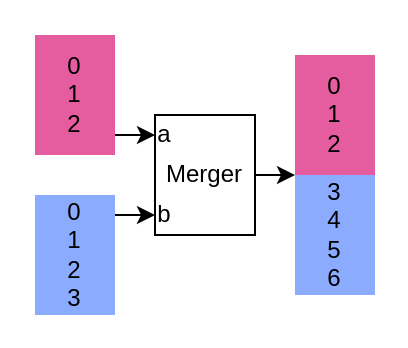
Before: merger_address.drawio in AurelieSa/draw_io, a draw.io diagram. Source tidied: cells renumbered, new cells numbered last; positions are measured from the earlier drawing's top-left corner, leaving out a move shared by most shapes. Both pictures are drawn from the tidied source at 200%, with x=0, y=0 at pixel (34, 34).
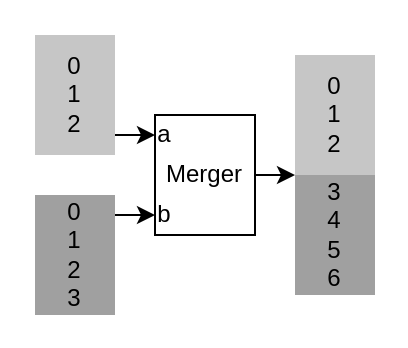
Above is the later version.

Diff of the diagram source:
```diff
@@
 <mxGraphModel>
   <root>
     <mxCell id="0" />
     <mxCell id="1" parent="0" />
-    <mxCell id="2" value="&lt;div&gt;0&lt;/div&gt;&lt;div&gt;1&lt;/div&gt;&lt;div&gt;2&lt;/div&gt;" style="rounded=0;whiteSpace=wrap;html=1;fillColor=#dc267f;strokeColor=none;opacity=75;" parent="1" vertex="1">
+    <mxCell id="2" value="&lt;div&gt;0&lt;/div&gt;&lt;div&gt;1&lt;/div&gt;&lt;div&gt;2&lt;/div&gt;" style="rounded=0;whiteSpace=wrap;html=1;fillColor=#B3B3B3;strokeColor=none;opacity=75;" parent="1" vertex="1">
       <mxGeometry width="40" height="60" as="geometry" />
     </mxCell>
-    <mxCell id="3" value="&lt;div&gt;0&lt;/div&gt;&lt;div&gt;1&lt;/div&gt;&lt;div&gt;2&lt;/div&gt;&lt;div&gt;3&lt;br&gt;&lt;/div&gt;" style="rounded=0;whiteSpace=wrap;html=1;fillColor=#648fff;strokeColor=none;opacity=75;" parent="1" vertex="1">
+    <mxCell id="3" value="&lt;div&gt;0&lt;/div&gt;&lt;div&gt;1&lt;/div&gt;&lt;div&gt;2&lt;/div&gt;&lt;div&gt;3&lt;br&gt;&lt;/div&gt;" style="rounded=0;whiteSpace=wrap;html=1;fillColor=#808080;strokeColor=none;opacity=75;" parent="1" vertex="1">
       <mxGeometry y="80" width="40" height="60" as="geometry" />
     </mxCell>
     <mxCell id="4" value="&lt;div&gt;Merger&lt;/div&gt;" style="rounded=0;whiteSpace=wrap;html=1;" parent="1" vertex="1">
       <mxGeometry x="60" y="40" width="50" height="60" as="geometry" />
     </mxCell>
     <mxCell id="5" style="endArrow=classic;html=1;rounded=0;" parent="1" edge="1">
       <mxGeometry relative="1" as="geometry">
         <mxPoint x="40" y="90" as="sourcePoint" />
         <mxPoint x="60" y="90" as="targetPoint" />
       </mxGeometry>
     </mxCell>
     <mxCell id="6" style="endArrow=classic;html=1;rounded=0;" parent="1" edge="1">
       <mxGeometry relative="1" as="geometry">
         <mxPoint x="40" y="50" as="sourcePoint" />
         <mxPoint x="60" y="50" as="targetPoint" />
       </mxGeometry>
     </mxCell>
-    <mxCell id="7" value="&lt;div&gt;0&lt;/div&gt;&lt;div&gt;1&lt;/div&gt;&lt;div&gt;2&lt;/div&gt;" style="rounded=0;whiteSpace=wrap;html=1;fillColor=#dc267f;strokeColor=none;glass=0;shadow=0;gradientColor=none;opacity=75;" parent="1" vertex="1">
+    <mxCell id="7" value="&lt;div&gt;0&lt;/div&gt;&lt;div&gt;1&lt;/div&gt;&lt;div&gt;2&lt;/div&gt;" style="rounded=0;whiteSpace=wrap;html=1;fillColor=#B3B3B3;strokeColor=none;glass=0;shadow=0;gradientColor=none;opacity=75;" parent="1" vertex="1">
       <mxGeometry x="130" y="10" width="40" height="60" as="geometry" />
     </mxCell>
-    <mxCell id="8" value="&lt;div&gt;3&lt;/div&gt;&lt;div&gt;4&lt;/div&gt;&lt;div&gt;5&lt;/div&gt;&lt;div&gt;6&lt;br&gt;&lt;/div&gt;" style="rounded=0;whiteSpace=wrap;html=1;fillColor=#648fff;strokeColor=none;opacity=75;" parent="1" vertex="1">
+    <mxCell id="8" value="&lt;div&gt;3&lt;/div&gt;&lt;div&gt;4&lt;/div&gt;&lt;div&gt;5&lt;/div&gt;&lt;div&gt;6&lt;br&gt;&lt;/div&gt;" style="rounded=0;whiteSpace=wrap;html=1;fillColor=#808080;strokeColor=none;opacity=75;" parent="1" vertex="1">
       <mxGeometry x="130" y="70" width="40" height="60" as="geometry" />
     </mxCell>
     <mxCell id="9" style="endArrow=classic;html=1;rounded=0;" parent="1" edge="1">
       <mxGeometry relative="1" as="geometry">
         <mxPoint x="110" y="70" as="sourcePoint" />
         <mxPoint x="130" y="70" as="targetPoint" />
       </mxGeometry>
     </mxCell>
     <mxCell id="10" value="a" style="text;html=1;align=center;verticalAlign=middle;whiteSpace=wrap;rounded=0;" parent="1" vertex="1">
       <mxGeometry x="45" y="45" width="40" height="10" as="geometry" />
     </mxCell>
     <mxCell id="11" value="b" style="text;html=1;align=center;verticalAlign=middle;whiteSpace=wrap;rounded=0;" parent="1" vertex="1">
       <mxGeometry x="45" y="85" width="40" height="10" as="geometry" />
     </mxCell>
   </root>
 </mxGraphModel>
```
